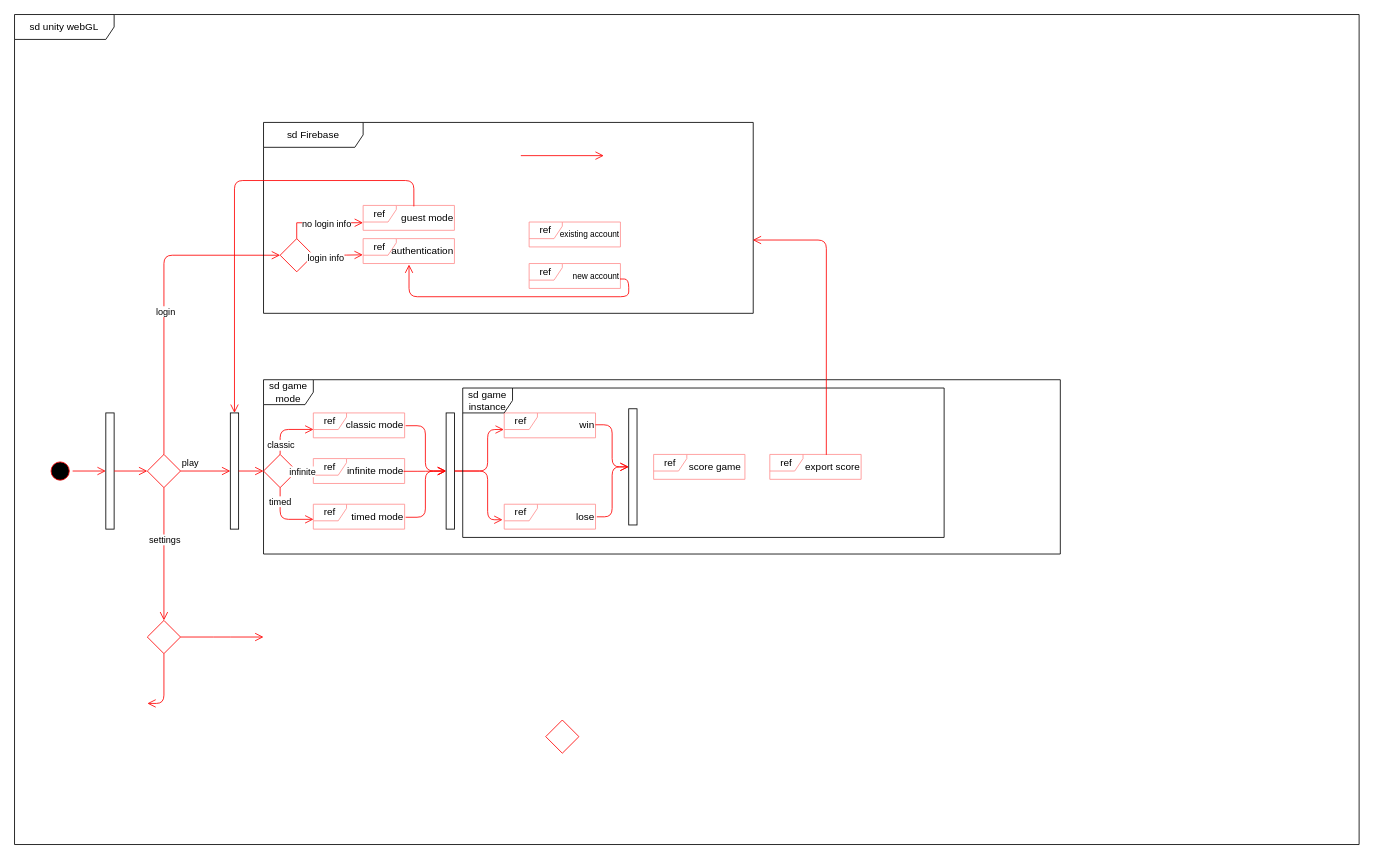
Before: Untitled Diagram.drawio in cehinds/CSCE401-wordCrackdown-cehinds, a draw.io diagram. Source tidied: cells renumbered, new cells numbered last; positions are measured from the earlier drawing's top-left corner, leaving out a move shared by most shapes. Both pictures are drawn from the tidied source at 83%, with x=0, y=0 at pixel (14, 14).
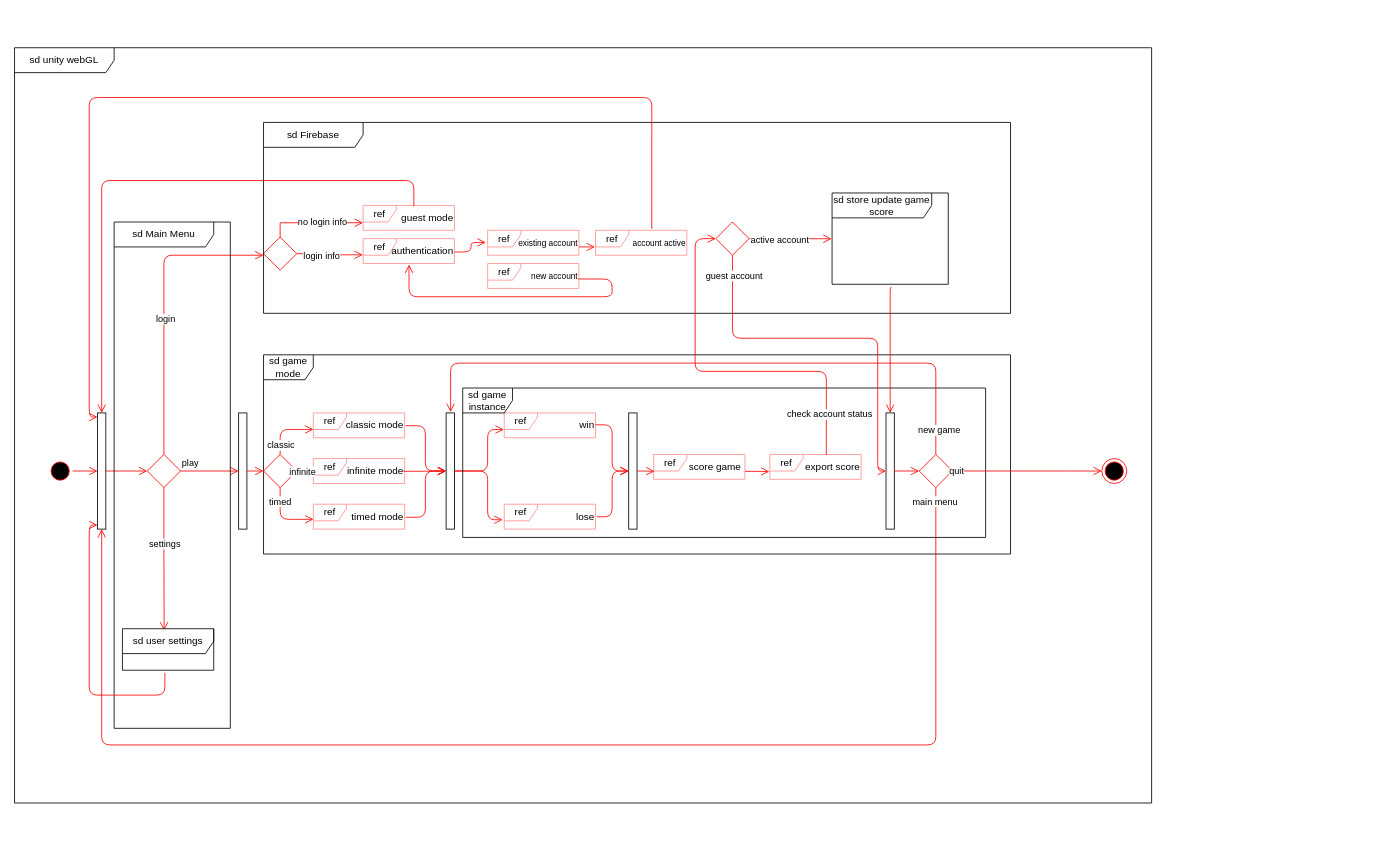
After the change.

The change refers to these unchanged cells:
```xml
<mxCell id="5" style="rhombus;whiteSpace=wrap;html=1;fontColor=#000000;fillColor=#FFFFFF;strokeColor=#ff0000;" parent="1" vertex="1">
  <mxGeometry x="160" y="530" width="40" height="40" as="geometry" />
</mxCell>
<mxCell id="37" style="html=1;points=[[0,0,0,0,5],[0,1,0,0,-5],[1,0,0,0,5],[1,1,0,0,-5]];perimeter=orthogonalPerimeter;outlineConnect=0;targetShapes=umlLifeline;portConstraint=eastwest;newEdgeStyle={&quot;curved&quot;:0,&quot;rounded&quot;:0};" parent="1" vertex="1">
  <mxGeometry x="520" y="480" width="10" height="140" as="geometry" />
</mxCell>
<mxCell id="45" value="ref" style="shape=umlFrame;whiteSpace=wrap;html=1;width=40;height=20;strokeColor=#ff9090;" parent="1" vertex="1">
  <mxGeometry x="770" y="530" width="110" height="30" as="geometry" />
</mxCell>
<mxCell id="46" value="score game&amp;nbsp;" style="text;html=1;align=right;verticalAlign=middle;points=[];strokeColor=none;fillColor=none;" parent="1" vertex="1">
  <mxGeometry x="790" y="530" width="90" height="30" as="geometry" />
</mxCell>
<mxCell id="48" value="ref" style="shape=umlFrame;whiteSpace=wrap;html=1;width=40;height=20;strokeColor=#ff9090;" parent="1" vertex="1">
  <mxGeometry x="910" y="530" width="110" height="30" as="geometry" />
</mxCell>
<mxCell id="49" value="export score" style="text;html=1;align=right;verticalAlign=middle;points=[];strokeColor=none;fillColor=none;" parent="1" vertex="1">
  <mxGeometry x="930" y="530" width="90" height="30" as="geometry" />
</mxCell>
<mxCell id="53" value="ref" style="shape=umlFrame;whiteSpace=wrap;html=1;width=40;height=20;strokeColor=#ff9090;" parent="52" vertex="1">
  <mxGeometry width="110" height="30" as="geometry" />
</mxCell>
<mxCell id="54" value="guest mode" style="text;html=1;align=right;verticalAlign=middle;points=[];strokeColor=none;fillColor=none;" parent="52" vertex="1">
  <mxGeometry x="20" width="90" height="30" as="geometry" />
</mxCell>
<mxCell id="57" value="authentication" style="text;html=1;align=right;verticalAlign=middle;points=[];strokeColor=none;fillColor=none;" parent="55" vertex="1">
  <mxGeometry x="10" width="100" height="30" as="geometry" />
</mxCell>
<mxCell id="58" style="edgeStyle=orthogonalEdgeStyle;html=1;align=left;verticalAlign=bottom;endArrow=open;endSize=8;strokeColor=#ff0000;rounded=1;curved=0;entryX=-0.003;entryY=0.651;entryDx=0;entryDy=0;entryPerimeter=0;exitX=1;exitY=0.5;exitDx=0;exitDy=0;" parent="1" edge="1" source="12" target="56">
  <mxGeometry x="-1" relative="1" as="geometry" />
</mxCell>
```

The edit, as a diff of the source:
```diff
@@
     <mxCell id="4" value="sd unity webGL" style="shape=umlFrame;whiteSpace=wrap;html=1;width=120;height=30;" parent="1" vertex="1">
-      <mxGeometry width="1620" height="1000" as="geometry" />
+      <mxGeometry y="40" width="1370" height="910" as="geometry" />
     </mxCell>
@@
-    <mxCell id="7" style="edgeStyle=orthogonalEdgeStyle;html=1;align=left;verticalAlign=top;endArrow=open;endSize=8;strokeColor=#ff0000;rounded=1;curved=0;entryX=0.5;entryY=0;entryDx=0;entryDy=0;" parent="1" edge="1" source="5" target="9">
+    <mxCell id="7" style="edgeStyle=orthogonalEdgeStyle;html=1;align=left;verticalAlign=top;endArrow=open;endSize=8;strokeColor=#ff0000;rounded=1;curved=0;entryX=0.457;entryY=0.044;entryDx=0;entryDy=0;entryPerimeter=0;" parent="1" edge="1" source="5" target="99">
       <mxGeometry x="-1" relative="1" as="geometry" />
     </mxCell>
@@
-    <mxCell id="9" style="rhombus;whiteSpace=wrap;html=1;fontColor=#000000;fillColor=#FFFFFF;strokeColor=#ff0000;" parent="1" vertex="1">
-      <mxGeometry x="160" y="730" width="40" height="40" as="geometry" />
-    </mxCell>
-    <mxCell id="10" style="edgeStyle=orthogonalEdgeStyle;html=1;align=left;verticalAlign=bottom;endArrow=open;endSize=8;strokeColor=#ff0000;rounded=1;curved=0;" parent="1" edge="1" source="9">
-      <mxGeometry x="-1" relative="1" as="geometry">
-        <mxPoint x="300" y="750" as="targetPoint" />
-      </mxGeometry>
-    </mxCell>
-    <mxCell id="11" style="edgeStyle=orthogonalEdgeStyle;html=1;align=left;verticalAlign=top;endArrow=open;endSize=8;strokeColor=#ff0000;rounded=1;curved=0;" parent="1" edge="1" source="9">
-      <mxGeometry x="-1" relative="1" as="geometry">
-        <mxPoint x="160" y="830" as="targetPoint" />
-        <Array as="points">
-          <mxPoint x="180" y="830" />
-        </Array>
-      </mxGeometry>
-    </mxCell>
     <mxCell id="12" style="rhombus;whiteSpace=wrap;html=1;fontColor=#000000;fillColor=#FFFFFF;strokeColor=#ff0000;" parent="1" vertex="1">
-      <mxGeometry x="320" y="270" width="40" height="40" as="geometry" />
+      <mxGeometry x="300" y="268.1" width="40" height="40" as="geometry" />
     </mxCell>
-    <mxCell id="13" style="edgeStyle=orthogonalEdgeStyle;html=1;align=left;verticalAlign=bottom;endArrow=open;endSize=8;strokeColor=#ff0000;rounded=0;entryX=-0.001;entryY=0.695;entryDx=0;entryDy=0;entryPerimeter=0;" parent="1" edge="1" source="12" target="53">
+    <mxCell id="13" style="edgeStyle=orthogonalEdgeStyle;html=1;align=left;verticalAlign=bottom;endArrow=open;endSize=8;strokeColor=#ff0000;rounded=0;entryX=-0.001;entryY=0.695;entryDx=0;entryDy=0;entryPerimeter=0;exitX=0.5;exitY=0;exitDx=0;exitDy=0;" parent="1" edge="1" source="12" target="53">
       <mxGeometry x="-1" relative="1" as="geometry">
         <Array as="points">
-          <mxPoint x="340" y="251" />
+          <mxPoint x="320" y="251" />
         </Array>
       </mxGeometry>
     </mxCell>
     <mxCell id="14" value="no login info" style="edgeLabel;html=1;align=center;verticalAlign=middle;" parent="13" vertex="1">
-      <mxGeometry x="0.12" y="-1" relative="1" as="geometry" />
+      <mxGeometry x="0.12" y="-1" relative="1" as="geometry">
+        <mxPoint x="2" y="-2" as="offset" />
+      </mxGeometry>
     </mxCell>
-    <mxCell id="15" style="edgeStyle=orthogonalEdgeStyle;html=1;align=left;verticalAlign=top;endArrow=open;endSize=8;strokeColor=#ff0000;rounded=1;curved=0;exitX=0.5;exitY=0;exitDx=0;exitDy=0;entryX=0;entryY=0.5;entryDx=0;entryDy=0;" parent="1" edge="1" source="5" target="12">
+    <mxCell id="15" style="edgeStyle=orthogonalEdgeStyle;html=1;align=left;verticalAlign=top;endArrow=open;endSize=8;strokeColor=#ff0000;rounded=1;curved=0;exitX=0.5;exitY=0;exitDx=0;exitDy=0;" parent="1" edge="1" source="5">
       <mxGeometry x="-1" relative="1" as="geometry">
+        <mxPoint x="300" y="290" as="targetPoint" />
         <Array as="points">
           <mxPoint x="180" y="290" />
         </Array>
       </mxGeometry>
     </mxCell>
@@
     <mxCell id="17" value="sd game mode" style="shape=umlFrame;whiteSpace=wrap;html=1;" parent="1" vertex="1">
-      <mxGeometry x="300" y="440" width="960" height="210" as="geometry" />
+      <mxGeometry x="300" y="410" width="900" height="240" as="geometry" />
     </mxCell>
@@
     <mxCell id="43" style="html=1;points=[[0,0,0,0,5],[0,1,0,0,-5],[1,0,0,0,5],[1,1,0,0,-5]];perimeter=orthogonalPerimeter;outlineConnect=0;targetShapes=umlLifeline;portConstraint=eastwest;newEdgeStyle={&quot;curved&quot;:0,&quot;rounded&quot;:0};" parent="1" vertex="1">
-      <mxGeometry x="740" y="475" width="10" height="140" as="geometry" />
+      <mxGeometry x="740" y="480" width="10" height="140" as="geometry" />
     </mxCell>
-    <mxCell id="44" style="rhombus;whiteSpace=wrap;html=1;fontColor=#000000;fillColor=#FFFFFF;strokeColor=#ff0000;" parent="1" vertex="1">
-      <mxGeometry x="640" y="850" width="40" height="40" as="geometry" />
-    </mxCell>
@@
     <mxCell id="47" value="sd game instance" style="shape=umlFrame;whiteSpace=wrap;html=1;" parent="1" vertex="1">
-      <mxGeometry x="540" y="450" width="580" height="180" as="geometry" />
+      <mxGeometry x="540" y="450" width="630" height="180" as="geometry" />
     </mxCell>
@@
     <mxCell id="50" value="sd Firebase" style="shape=umlFrame;whiteSpace=wrap;html=1;width=120;height=30;" parent="1" vertex="1">
-      <mxGeometry x="300" y="130" width="590" height="230" as="geometry" />
+      <mxGeometry x="300" y="130" width="900" height="230" as="geometry" />
     </mxCell>
-    <mxCell id="51" style="edgeStyle=orthogonalEdgeStyle;html=1;align=left;verticalAlign=bottom;endArrow=open;endSize=8;strokeColor=#ff0000;rounded=1;curved=0;exitX=0.534;exitY=0.017;exitDx=0;exitDy=0;exitPerimeter=0;entryX=0.999;entryY=0.616;entryDx=0;entryDy=0;entryPerimeter=0;" parent="1" edge="1" source="49" target="50">
-      <mxGeometry x="-1" relative="1" as="geometry" />
+    <mxCell id="51" style="edgeStyle=orthogonalEdgeStyle;html=1;align=left;verticalAlign=bottom;endArrow=open;endSize=8;strokeColor=#ff0000;rounded=1;curved=0;exitX=0.534;exitY=0.017;exitDx=0;exitDy=0;exitPerimeter=0;entryX=0;entryY=0.5;entryDx=0;entryDy=0;" parent="1" edge="1" source="49" target="74">
+      <mxGeometry x="-1" relative="1" as="geometry">
+        <Array as="points">
+          <mxPoint x="978" y="430" />
+          <mxPoint x="820" y="430" />
+          <mxPoint x="820" y="270" />
+        </Array>
+      </mxGeometry>
     </mxCell>
+    <mxCell id="71" value="check account status" style="edgeLabel;html=1;align=center;verticalAlign=middle;" parent="51" vertex="1">
+      <mxGeometry x="-0.78" y="-3" relative="1" as="geometry" />
+    </mxCell>
@@
     <mxCell id="59" value="login info" style="edgeLabel;html=1;align=center;verticalAlign=middle;" parent="58" vertex="1">
-      <mxGeometry x="-0.55" y="-2" relative="1" as="geometry" />
+      <mxGeometry x="-0.55" y="-2" relative="1" as="geometry">
+        <mxPoint x="11" as="offset" />
+      </mxGeometry>
     </mxCell>
-    <mxCell id="60" value="ref" style="shape=umlFrame;whiteSpace=wrap;html=1;width=40;height=20;strokeColor=#ff9090;" parent="1" vertex="1">
-      <mxGeometry x="620" y="250" width="110" height="30" as="geometry" />
-    </mxCell>
-    <mxCell id="61" value="&lt;font style=&quot;font-size: 10px;&quot;&gt;existing account&lt;/font&gt;" style="text;html=1;align=right;verticalAlign=middle;strokeColor=none;fillColor=none;" parent="1" vertex="1">
-      <mxGeometry x="630" y="250" width="100" height="30" as="geometry" />
-    </mxCell>
     <mxCell id="62" value="ref" style="shape=umlFrame;whiteSpace=wrap;html=1;width=40;height=20;strokeColor=#ff9090;" parent="1" vertex="1">
-      <mxGeometry x="620" y="300" width="110" height="30" as="geometry" />
+      <mxGeometry x="570" y="300" width="110" height="30" as="geometry" />
     </mxCell>
     <mxCell id="63" value="&lt;font style=&quot;font-size: 10px;&quot;&gt;new account&lt;/font&gt;" style="text;html=1;align=right;verticalAlign=middle;points=[];strokeColor=none;fillColor=none;" parent="1" vertex="1">
-      <mxGeometry x="650" y="300" width="80" height="30" as="geometry" />
+      <mxGeometry x="600" y="300" width="80" height="30" as="geometry" />
     </mxCell>
     <mxCell id="64" style="edgeStyle=orthogonalEdgeStyle;html=1;align=left;verticalAlign=bottom;endArrow=open;endSize=8;strokeColor=#ff0000;rounded=1;curved=0;entryX=0.453;entryY=1.039;entryDx=0;entryDy=0;entryPerimeter=0;exitX=0.994;exitY=0.622;exitDx=0;exitDy=0;exitPerimeter=0;" parent="1" edge="1" source="63" target="57">
       <mxGeometry x="-1" relative="1" as="geometry">
         <Array as="points">
-          <mxPoint x="740" y="319" />
-          <mxPoint x="740" y="340" />
+          <mxPoint x="720" y="319" />
+          <mxPoint x="720" y="340" />
           <mxPoint x="475" y="340" />
         </Array>
       </mxGeometry>
     </mxCell>
-    <mxCell id="65" style="edgeStyle=orthogonalEdgeStyle;html=1;align=left;verticalAlign=bottom;endArrow=open;endSize=8;strokeColor=#ff0000;rounded=1;curved=0;exitX=0.457;exitY=0.039;exitDx=0;exitDy=0;exitPerimeter=0;" parent="1" edge="1" source="54" target="66">
+    <mxCell id="65" style="edgeStyle=orthogonalEdgeStyle;html=1;align=left;verticalAlign=bottom;endArrow=open;endSize=8;strokeColor=#ff0000;rounded=1;curved=0;exitX=0.457;exitY=0.039;exitDx=0;exitDy=0;exitPerimeter=0;" parent="1" edge="1" source="54" target="69">
       <mxGeometry x="-1" relative="1" as="geometry">
         <Array as="points">
           <mxPoint x="481" y="200" />
-          <mxPoint x="265" y="200" />
+          <mxPoint x="105" y="200" />
         </Array>
       </mxGeometry>
     </mxCell>
     <mxCell id="66" style="html=1;points=[[0,0,0,0,5],[0,1,0,0,-5],[1,0,0,0,5],[1,1,0,0,-5]];perimeter=orthogonalPerimeter;outlineConnect=0;targetShapes=umlLifeline;portConstraint=eastwest;newEdgeStyle={&quot;curved&quot;:0,&quot;rounded&quot;:0};" parent="1" vertex="1">
-      <mxGeometry x="260" y="480" width="10" height="140" as="geometry" />
+      <mxGeometry x="270" y="480" width="10" height="140" as="geometry" />
     </mxCell>
@@
-    <mxCell id="68" style="edgeStyle=orthogonalEdgeStyle;html=1;align=left;verticalAlign=bottom;endArrow=open;endSize=8;strokeColor=#ff0000;rounded=1;curved=0;" parent="1" edge="1">
-      <mxGeometry x="-1" relative="1" as="geometry">
-        <mxPoint x="610" y="170" as="sourcePoint" />
-        <mxPoint x="710" y="170" as="targetPoint" />
-      </mxGeometry>
-    </mxCell>
     <mxCell id="69" style="html=1;points=[[0,0,0,0,5],[0,1,0,0,-5],[1,0,0,0,5],[1,1,0,0,-5]];perimeter=orthogonalPerimeter;outlineConnect=0;targetShapes=umlLifeline;portConstraint=eastwest;newEdgeStyle={&quot;curved&quot;:0,&quot;rounded&quot;:0};" parent="1" vertex="1">
-      <mxGeometry x="110" y="480" width="10" height="140" as="geometry" />
+      <mxGeometry x="100" y="480" width="10" height="140" as="geometry" />
     </mxCell>
@@
+    <mxCell id="72" value="sd Main Menu" style="shape=umlFrame;whiteSpace=wrap;html=1;width=120;height=30;" parent="1" vertex="1">
+      <mxGeometry x="120" y="250" width="140" height="610" as="geometry" />
+    </mxCell>
+    <mxCell id="73" value="sd store update game score" style="shape=umlFrame;whiteSpace=wrap;html=1;width=120;height=30;" parent="1" vertex="1">
+      <mxGeometry x="985" y="215" width="140" height="110" as="geometry" />
+    </mxCell>
+    <mxCell id="74" style="rhombus;whiteSpace=wrap;html=1;fontColor=#000000;fillColor=#FFFFFF;strokeColor=#ff0000;" parent="1" vertex="1">
+      <mxGeometry x="845" y="250" width="40" height="40" as="geometry" />
+    </mxCell>
+    <mxCell id="75" style="edgeStyle=orthogonalEdgeStyle;html=1;align=left;verticalAlign=bottom;endArrow=open;endSize=8;strokeColor=#ff0000;rounded=1;curved=0;entryX=-0.004;entryY=0.502;entryDx=0;entryDy=0;entryPerimeter=0;exitX=1;exitY=0.5;exitDx=0;exitDy=0;" parent="1" edge="1" source="74" target="73">
+      <mxGeometry x="-1" relative="1" as="geometry" />
+    </mxCell>
+    <mxCell id="76" value="active account" style="edgeLabel;html=1;align=center;verticalAlign=middle;" parent="75" vertex="1">
+      <mxGeometry x="-0.27" y="-1" relative="1" as="geometry" />
+    </mxCell>
+    <mxCell id="77" style="group;" parent="1" vertex="1">
+      <mxGeometry x="570" y="260" width="110" height="30" as="geometry" />
+    </mxCell>
+    <mxCell id="60" value="ref" style="shape=umlFrame;whiteSpace=wrap;html=1;width=40;height=20;strokeColor=#ff9090;" parent="77" vertex="1">
+      <mxGeometry width="110" height="30" as="geometry" />
+    </mxCell>
+    <mxCell id="61" value="&lt;font style=&quot;font-size: 10px;&quot;&gt;existing account&lt;/font&gt;" style="text;html=1;align=right;verticalAlign=middle;strokeColor=none;fillColor=none;" parent="77" vertex="1">
+      <mxGeometry x="10" width="100" height="30" as="geometry" />
+    </mxCell>
+    <mxCell id="78" style="html=1;points=[[0,0,0,0,5],[0,1,0,0,-5],[1,0,0,0,5],[1,1,0,0,-5]];perimeter=orthogonalPerimeter;outlineConnect=0;targetShapes=umlLifeline;portConstraint=eastwest;newEdgeStyle={&quot;curved&quot;:0,&quot;rounded&quot;:0};" parent="1" vertex="1">
+      <mxGeometry x="1050" y="480" width="10" height="140" as="geometry" />
+    </mxCell>
+    <mxCell id="79" style="rhombus;whiteSpace=wrap;html=1;fontColor=#000000;fillColor=#FFFFFF;strokeColor=#ff0000;" parent="1" vertex="1">
+      <mxGeometry x="1090" y="530" width="40" height="40" as="geometry" />
+    </mxCell>
+    <mxCell id="80" style="edgeStyle=orthogonalEdgeStyle;html=1;align=left;verticalAlign=bottom;endArrow=open;endSize=8;strokeColor=#ff0000;rounded=1;curved=0;exitX=0.5;exitY=0;exitDx=0;exitDy=0;entryX=0.54;entryY=-0.007;entryDx=0;entryDy=0;entryPerimeter=0;" parent="1" edge="1" source="79" target="37">
+      <mxGeometry x="-1" relative="1" as="geometry">
+        <Array as="points">
+          <mxPoint x="1110" y="420" />
+          <mxPoint x="525" y="420" />
+        </Array>
+      </mxGeometry>
+    </mxCell>
+    <mxCell id="81" value="new game" style="edgeLabel;html=1;align=center;verticalAlign=middle;" parent="80" vertex="1">
+      <mxGeometry x="-0.92" y="-3" relative="1" as="geometry" />
+    </mxCell>
+    <mxCell id="82" style="group;" parent="1" vertex="1">
+      <mxGeometry x="700" y="260" width="110" height="30" as="geometry" />
+    </mxCell>
+    <mxCell id="83" value="ref" style="shape=umlFrame;whiteSpace=wrap;html=1;width=40;height=20;strokeColor=#ff9090;" parent="82" vertex="1">
+      <mxGeometry width="110" height="30" as="geometry" />
+    </mxCell>
+    <mxCell id="84" value="&lt;span style=&quot;font-size: 10px;&quot;&gt;account active&lt;/span&gt;" style="text;html=1;align=right;verticalAlign=middle;points=[];strokeColor=none;fillColor=none;" parent="82" vertex="1">
+      <mxGeometry x="20" width="90" height="30" as="geometry" />
+    </mxCell>
+    <mxCell id="85" style="edgeStyle=orthogonalEdgeStyle;html=1;align=left;verticalAlign=bottom;endArrow=open;endSize=8;strokeColor=#ff0000;rounded=1;curved=0;entryX=0;entryY=0;entryDx=0;entryDy=5;entryPerimeter=0;exitX=0.531;exitY=-0.06;exitDx=0;exitDy=0;exitPerimeter=0;" parent="1" edge="1" source="84" target="69">
+      <mxGeometry x="-1" relative="1" as="geometry">
+        <Array as="points">
+          <mxPoint x="768" y="100" />
+          <mxPoint x="90" y="100" />
+          <mxPoint x="90" y="485" />
+        </Array>
+      </mxGeometry>
+    </mxCell>
+    <mxCell id="86" style="edgeStyle=orthogonalEdgeStyle;html=1;align=left;verticalAlign=bottom;endArrow=open;endSize=8;strokeColor=#ff0000;rounded=1;curved=0;entryX=0;entryY=0.5;entryDx=0;entryDy=0;exitX=1;exitY=0.5;exitDx=0;exitDy=0;" parent="1" edge="1" source="79" target="96">
+      <mxGeometry x="-1" relative="1" as="geometry">
+        <Array as="points">
+          <mxPoint x="1280" y="550" />
+          <mxPoint x="1280" y="550" />
+        </Array>
+      </mxGeometry>
+    </mxCell>
+    <mxCell id="87" value="quit" style="edgeLabel;html=1;align=center;verticalAlign=middle;" parent="86" vertex="1">
+      <mxGeometry x="-0.96" y="1" relative="1" as="geometry" />
+    </mxCell>
+    <mxCell id="88" style="edgeStyle=orthogonalEdgeStyle;html=1;align=left;verticalAlign=bottom;endArrow=open;endSize=8;strokeColor=#ff0000;rounded=1;curved=0;exitX=0.51;exitY=1.033;exitDx=0;exitDy=0;exitPerimeter=0;" parent="1" edge="1" source="73" target="78">
+      <mxGeometry x="-1" relative="1" as="geometry">
+        <Array as="points">
+          <mxPoint x="1055" y="329" />
+        </Array>
+      </mxGeometry>
+    </mxCell>
+    <mxCell id="89" style="edgeStyle=orthogonalEdgeStyle;html=1;align=left;verticalAlign=bottom;endArrow=open;endSize=8;strokeColor=#ff0000;rounded=1;curved=0;exitX=0.5;exitY=1;exitDx=0;exitDy=0;" parent="1" edge="1" source="74" target="78">
+      <mxGeometry x="-1" relative="1" as="geometry">
+        <Array as="points">
+          <mxPoint x="865" y="390" />
+          <mxPoint x="1040" y="390" />
+          <mxPoint x="1040" y="550" />
+        </Array>
+      </mxGeometry>
+    </mxCell>
+    <mxCell id="90" value="guest account" style="edgeLabel;html=1;align=center;verticalAlign=middle;" parent="89" vertex="1">
+      <mxGeometry x="-0.89" y="1" relative="1" as="geometry" />
+    </mxCell>
+    <mxCell id="91" style="edgeStyle=orthogonalEdgeStyle;html=1;align=left;verticalAlign=bottom;endArrow=open;endSize=8;strokeColor=#ff0000;rounded=1;curved=0;entryX=0.01;entryY=0.682;entryDx=0;entryDy=0;entryPerimeter=0;" parent="1" edge="1" source="43" target="45">
+      <mxGeometry x="-1" relative="1" as="geometry" />
+    </mxCell>
+    <mxCell id="92" style="edgeStyle=orthogonalEdgeStyle;html=1;align=left;verticalAlign=bottom;endArrow=open;endSize=8;strokeColor=#ff0000;rounded=1;curved=0;entryX=-0.005;entryY=0.689;entryDx=0;entryDy=0;entryPerimeter=0;exitX=1.001;exitY=0.68;exitDx=0;exitDy=0;exitPerimeter=0;" parent="1" edge="1" source="46" target="48">
+      <mxGeometry x="-1" relative="1" as="geometry" />
+    </mxCell>
+    <mxCell id="93" style="edgeStyle=orthogonalEdgeStyle;html=1;align=left;verticalAlign=bottom;endArrow=open;endSize=8;strokeColor=#ff0000;rounded=1;curved=0;entryX=0;entryY=0.5;entryDx=0;entryDy=0;" parent="1" edge="1" source="78" target="79">
+      <mxGeometry x="-1" relative="1" as="geometry" />
+    </mxCell>
+    <mxCell id="94" style="edgeStyle=orthogonalEdgeStyle;html=1;align=left;verticalAlign=bottom;endArrow=open;endSize=8;strokeColor=#ff0000;rounded=1;curved=0;exitX=1.002;exitY=0.538;exitDx=0;exitDy=0;exitPerimeter=0;entryX=-0.02;entryY=0.487;entryDx=0;entryDy=0;entryPerimeter=0;" parent="1" edge="1" source="57" target="60">
+      <mxGeometry x="-1" relative="1" as="geometry" />
+    </mxCell>
+    <mxCell id="95" style="edgeStyle=orthogonalEdgeStyle;html=1;align=left;verticalAlign=bottom;endArrow=open;endSize=8;strokeColor=#ff0000;rounded=1;curved=0;entryX=-0.006;entryY=0.656;entryDx=0;entryDy=0;entryPerimeter=0;" parent="1" edge="1" target="83">
+      <mxGeometry x="-1" relative="1" as="geometry">
+        <mxPoint x="680" y="280" as="sourcePoint" />
+      </mxGeometry>
+    </mxCell>
+    <mxCell id="96" style="ellipse;html=1;shape=endState;fillColor=#000000;strokeColor=#ff0000;" parent="1" vertex="1">
+      <mxGeometry x="1310" y="535" width="30" height="30" as="geometry" />
+    </mxCell>
+    <mxCell id="97" style="edgeStyle=orthogonalEdgeStyle;html=1;align=left;verticalAlign=bottom;endArrow=open;endSize=8;strokeColor=#ff0000;rounded=1;curved=0;exitX=0.5;exitY=1;exitDx=0;exitDy=0;" parent="1" edge="1" source="79" target="69">
+      <mxGeometry x="-1" relative="1" as="geometry">
+        <Array as="points">
+          <mxPoint x="1110" y="880" />
+          <mxPoint x="105" y="880" />
+        </Array>
+      </mxGeometry>
+    </mxCell>
+    <mxCell id="98" value="main menu" style="edgeLabel;html=1;align=center;verticalAlign=middle;" parent="97" vertex="1">
+      <mxGeometry x="-0.98" y="-2" relative="1" as="geometry" />
+    </mxCell>
+    <mxCell id="99" value="sd user settings" style="shape=umlFrame;whiteSpace=wrap;html=1;width=120;height=30;" parent="1" vertex="1">
+      <mxGeometry x="130" y="740" width="110" height="50" as="geometry" />
+    </mxCell>
+    <mxCell id="100" style="edgeStyle=orthogonalEdgeStyle;html=1;align=left;verticalAlign=bottom;endArrow=open;endSize=8;strokeColor=#ff0000;rounded=1;curved=0;exitX=0.465;exitY=1.062;exitDx=0;exitDy=0;exitPerimeter=0;entryX=0;entryY=1;entryDx=0;entryDy=-5;entryPerimeter=0;" parent="1" edge="1" source="99" target="69">
+      <mxGeometry x="-1" relative="1" as="geometry">
+        <Array as="points">
+          <mxPoint x="181" y="820" />
+          <mxPoint x="90" y="820" />
+          <mxPoint x="90" y="615" />
+        </Array>
+      </mxGeometry>
+    </mxCell>
```
